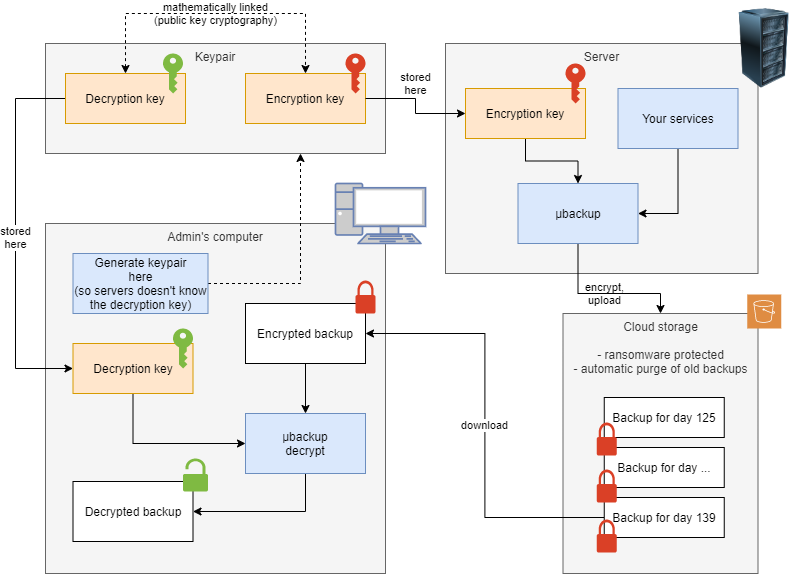
This is docs/diagram.png from function61/ubackup, a draw.io export, as it was before one commit. Source tidied: cells renumbered, new cells last; positions are measured from the earlier drawing's top-left corner, leaving out a move shared by most shapes. Its diagram source:
```xml
<mxGraphModel>
  <root>
    <mxCell id="0" />
    <mxCell id="1" parent="0" />
    <mxCell id="2" value="Keypair" style="rounded=0;whiteSpace=wrap;html=1;verticalAlign=top;fillColor=#f5f5f5;strokeColor=#666666;fontColor=#333333;" parent="1" vertex="1">
      <mxGeometry x="30" y="35" width="340" height="110" as="geometry" />
    </mxCell>
    <mxCell id="3" value="Admin's computer" style="rounded=0;whiteSpace=wrap;html=1;verticalAlign=top;fillColor=#f5f5f5;strokeColor=#666666;fontColor=#333333;" parent="1" vertex="1">
      <mxGeometry x="30" y="215" width="340" height="350" as="geometry" />
    </mxCell>
    <mxCell id="4" value="Server" style="rounded=0;whiteSpace=wrap;html=1;verticalAlign=top;fillColor=#f5f5f5;strokeColor=#666666;fontColor=#333333;" parent="1" vertex="1">
      <mxGeometry x="430" y="35" width="312.5" height="230" as="geometry" />
    </mxCell>
    <mxCell id="5" value="stored&lt;br&gt;here" style="edgeStyle=orthogonalEdgeStyle;rounded=0;jettySize=auto;html=1;exitX=0;exitY=0.5;exitDx=0;exitDy=0;entryX=0;entryY=0.5;entryDx=0;entryDy=0;labelBackgroundColor=#ffffff;startArrow=none;startFill=0;" parent="1" edge="1" source="7" target="23">
      <mxGeometry relative="1" as="geometry">
        <Array as="points">
          <mxPoint y="90" />
          <mxPoint y="360" />
        </Array>
      </mxGeometry>
    </mxCell>
    <mxCell id="6" value="mathematically linked&lt;br&gt;(public key cryptography)" style="edgeStyle=orthogonalEdgeStyle;rounded=0;jettySize=auto;html=1;exitX=0.5;exitY=0;exitDx=0;exitDy=0;entryX=0.5;entryY=0;entryDx=0;entryDy=0;labelBackgroundColor=none;startArrow=classic;startFill=1;dashed=1;" parent="1" edge="1" source="7" target="13">
      <mxGeometry relative="1" as="geometry">
        <Array as="points">
          <mxPoint x="110" y="5" />
          <mxPoint x="290" y="5" />
        </Array>
      </mxGeometry>
    </mxCell>
    <mxCell id="7" value="Decryption key" style="rounded=0;whiteSpace=wrap;html=1;fillColor=#ffe6cc;strokeColor=#d79b00;" parent="1" vertex="1">
      <mxGeometry x="50" y="65" width="120" height="50" as="geometry" />
    </mxCell>
    <mxCell id="8" value="Cloud storage&lt;br&gt;&lt;br&gt;- ransomware protected&lt;br&gt;- automatic purge of old backups" style="rounded=0;whiteSpace=wrap;html=1;verticalAlign=top;fillColor=#f5f5f5;strokeColor=#666666;fontColor=#333333;" parent="1" vertex="1">
      <mxGeometry x="547.5" y="305" width="195" height="260" as="geometry" />
    </mxCell>
    <mxCell id="9" value="Backup for day 125" style="rounded=0;whiteSpace=wrap;html=1;" parent="1" vertex="1">
      <mxGeometry x="588.8" y="389" width="120" height="40" as="geometry" />
    </mxCell>
    <mxCell id="10" value="Backup for day ..." style="rounded=0;whiteSpace=wrap;html=1;" parent="1" vertex="1">
      <mxGeometry x="588.8" y="439" width="120" height="40" as="geometry" />
    </mxCell>
    <mxCell id="11" value="download" style="edgeStyle=orthogonalEdgeStyle;rounded=0;jettySize=auto;html=1;exitX=0;exitY=0.5;exitDx=0;exitDy=0;entryX=1;entryY=0.5;entryDx=0;entryDy=0;labelBackgroundColor=#ffffff;startArrow=none;startFill=0;" parent="1" edge="1" source="12" target="26">
      <mxGeometry relative="1" as="geometry" />
    </mxCell>
    <mxCell id="12" value="Backup for day 139" style="rounded=0;whiteSpace=wrap;html=1;" parent="1" vertex="1">
      <mxGeometry x="588.8" y="489" width="120" height="40" as="geometry" />
    </mxCell>
    <mxCell id="13" value="Encryption key" style="rounded=0;whiteSpace=wrap;html=1;fillColor=#ffe6cc;strokeColor=#d79b00;" parent="1" vertex="1">
      <mxGeometry x="230" y="65" width="120" height="50" as="geometry" />
    </mxCell>
    <mxCell id="14" style="edgeStyle=orthogonalEdgeStyle;rounded=0;jettySize=auto;html=1;exitX=1;exitY=0.5;exitDx=0;exitDy=0;entryX=0.75;entryY=1;entryDx=0;entryDy=0;labelBackgroundColor=none;startArrow=none;startFill=0;dashed=1;" parent="1" edge="1" source="15" target="2">
      <mxGeometry relative="1" as="geometry" />
    </mxCell>
    <mxCell id="15" value="Generate keypair&lt;br&gt;here&lt;br&gt;(so servers doesn't know the decryption key)" style="rounded=0;whiteSpace=wrap;html=1;fillColor=#dae8fc;strokeColor=#6c8ebf;" parent="1" vertex="1">
      <mxGeometry x="57.5" y="245" width="135" height="60" as="geometry" />
    </mxCell>
    <mxCell id="16" value="encrypt,&lt;br&gt;upload" style="edgeStyle=orthogonalEdgeStyle;rounded=0;jettySize=auto;html=1;exitX=0.5;exitY=1;exitDx=0;exitDy=0;labelBackgroundColor=none;startArrow=none;startFill=0;" parent="1" edge="1" source="17" target="8">
      <mxGeometry relative="1" as="geometry">
        <Array as="points">
          <mxPoint x="563" y="285" />
          <mxPoint x="645" y="285" />
        </Array>
      </mxGeometry>
    </mxCell>
    <mxCell id="17" value="µbackup" style="rounded=0;whiteSpace=wrap;html=1;fillColor=#dae8fc;strokeColor=#6c8ebf;" parent="1" vertex="1">
      <mxGeometry x="502.5" y="175" width="120" height="60" as="geometry" />
    </mxCell>
    <mxCell id="18" style="edgeStyle=orthogonalEdgeStyle;rounded=0;jettySize=auto;html=1;exitX=0.5;exitY=1;exitDx=0;exitDy=0;entryX=1;entryY=0.5;entryDx=0;entryDy=0;labelBackgroundColor=none;startArrow=none;startFill=0;" parent="1" edge="1" source="19" target="17">
      <mxGeometry relative="1" as="geometry" />
    </mxCell>
    <mxCell id="19" value="Your services" style="rounded=0;whiteSpace=wrap;html=1;fillColor=#dae8fc;strokeColor=#6c8ebf;" parent="1" vertex="1">
      <mxGeometry x="602.5" y="80" width="120" height="60" as="geometry" />
    </mxCell>
    <mxCell id="20" style="edgeStyle=orthogonalEdgeStyle;rounded=0;jettySize=auto;html=1;exitX=0.5;exitY=1;exitDx=0;exitDy=0;labelBackgroundColor=none;startArrow=none;startFill=0;" parent="1" edge="1" source="21" target="17">
      <mxGeometry relative="1" as="geometry" />
    </mxCell>
    <mxCell id="21" value="Encryption key" style="rounded=0;whiteSpace=wrap;html=1;fillColor=#ffe6cc;strokeColor=#d79b00;" parent="1" vertex="1">
      <mxGeometry x="450" y="80" width="120" height="50" as="geometry" />
    </mxCell>
    <mxCell id="22" style="edgeStyle=orthogonalEdgeStyle;rounded=0;jettySize=auto;html=1;exitX=0.5;exitY=1;exitDx=0;exitDy=0;entryX=0;entryY=0.5;entryDx=0;entryDy=0;labelBackgroundColor=none;startArrow=none;startFill=0;" parent="1" edge="1" source="23" target="28">
      <mxGeometry relative="1" as="geometry" />
    </mxCell>
    <mxCell id="23" value="Decryption key" style="rounded=0;whiteSpace=wrap;html=1;fillColor=#ffe6cc;strokeColor=#d79b00;" parent="1" vertex="1">
      <mxGeometry x="57.5" y="335" width="120" height="50" as="geometry" />
    </mxCell>
    <mxCell id="24" value="Decrypted backup" style="rounded=0;whiteSpace=wrap;html=1;" parent="1" vertex="1">
      <mxGeometry x="57.5" y="473" width="120" height="60" as="geometry" />
    </mxCell>
    <mxCell id="25" style="edgeStyle=orthogonalEdgeStyle;rounded=0;jettySize=auto;html=1;exitX=0.5;exitY=1;exitDx=0;exitDy=0;labelBackgroundColor=none;startArrow=none;startFill=0;" parent="1" edge="1" source="26" target="28">
      <mxGeometry relative="1" as="geometry" />
    </mxCell>
    <mxCell id="26" value="Encrypted backup" style="rounded=0;whiteSpace=wrap;html=1;" parent="1" vertex="1">
      <mxGeometry x="230" y="295" width="120" height="60" as="geometry" />
    </mxCell>
    <mxCell id="27" style="edgeStyle=orthogonalEdgeStyle;rounded=0;jettySize=auto;html=1;exitX=0.5;exitY=1;exitDx=0;exitDy=0;entryX=1;entryY=0.5;entryDx=0;entryDy=0;labelBackgroundColor=none;startArrow=none;startFill=0;" parent="1" edge="1" source="28" target="24">
      <mxGeometry relative="1" as="geometry" />
    </mxCell>
    <mxCell id="28" value="µbackup&lt;br&gt;decrypt" style="rounded=0;whiteSpace=wrap;html=1;fillColor=#dae8fc;strokeColor=#6c8ebf;" parent="1" vertex="1">
      <mxGeometry x="230" y="405" width="120" height="60" as="geometry" />
    </mxCell>
    <mxCell id="29" style="shadow=0;dashed=0;html=1;strokeColor=none;labelPosition=center;verticalLabelPosition=bottom;verticalAlign=top;align=center;shape=mxgraph.office.security.lock_unprotected;fillColor=#7FBA42;" parent="1" vertex="1">
      <mxGeometry x="167.5" y="450" width="25" height="33" as="geometry" />
    </mxCell>
    <mxCell id="30" style="shadow=0;dashed=0;html=1;strokeColor=none;labelPosition=center;verticalLabelPosition=bottom;verticalAlign=top;align=center;shape=mxgraph.office.security.lock_protected;fillColor=#DA4026;" parent="1" vertex="1">
      <mxGeometry x="340" y="272" width="20" height="33" as="geometry" />
    </mxCell>
    <mxCell id="31" style="shadow=0;dashed=0;html=1;strokeColor=none;labelPosition=center;verticalLabelPosition=bottom;verticalAlign=top;align=center;shape=mxgraph.office.security.lock_protected;fillColor=#DA4026;" parent="1" vertex="1">
      <mxGeometry x="581.2" y="414" width="20" height="33" as="geometry" />
    </mxCell>
    <mxCell id="32" style="shadow=0;dashed=0;html=1;strokeColor=none;labelPosition=center;verticalLabelPosition=bottom;verticalAlign=top;align=center;shape=mxgraph.office.security.lock_protected;fillColor=#DA4026;" parent="1" vertex="1">
      <mxGeometry x="581.2" y="461" width="20" height="33" as="geometry" />
    </mxCell>
    <mxCell id="33" style="shadow=0;dashed=0;html=1;strokeColor=none;labelPosition=center;verticalLabelPosition=bottom;verticalAlign=top;align=center;shape=mxgraph.office.security.lock_protected;fillColor=#DA4026;" parent="1" vertex="1">
      <mxGeometry x="581.2" y="511" width="20" height="33" as="geometry" />
    </mxCell>
    <mxCell id="34" style="shadow=0;dashed=0;html=1;strokeColor=none;labelPosition=center;verticalLabelPosition=bottom;verticalAlign=top;align=center;shape=mxgraph.office.security.key_permissions;fillColor=#7FBA42;" parent="1" vertex="1">
      <mxGeometry x="147.5" y="45" width="20" height="40" as="geometry" />
    </mxCell>
    <mxCell id="35" style="shadow=0;dashed=0;html=1;strokeColor=none;labelPosition=center;verticalLabelPosition=bottom;verticalAlign=top;align=center;shape=mxgraph.office.security.key_permissions;fillColor=#DA4026;" parent="1" vertex="1">
      <mxGeometry x="330" y="45" width="20" height="40" as="geometry" />
    </mxCell>
    <mxCell id="36" style="shadow=0;dashed=0;html=1;strokeColor=none;labelPosition=center;verticalLabelPosition=bottom;verticalAlign=top;align=center;shape=mxgraph.office.security.key_permissions;fillColor=#DA4026;" parent="1" vertex="1">
      <mxGeometry x="550" y="55" width="20" height="40" as="geometry" />
    </mxCell>
    <mxCell id="37" style="shadow=0;dashed=0;html=1;strokeColor=none;labelPosition=center;verticalLabelPosition=bottom;verticalAlign=top;align=center;shape=mxgraph.office.security.key_permissions;fillColor=#7FBA42;" parent="1" vertex="1">
      <mxGeometry x="157.5" y="320" width="20" height="40" as="geometry" />
    </mxCell>
    <mxCell id="38" style="fontColor=#0066CC;verticalAlign=top;verticalLabelPosition=bottom;labelPosition=center;align=center;html=1;fillColor=#CCCCCC;strokeColor=#6881B3;gradientColor=none;gradientDirection=north;strokeWidth=2;shape=mxgraph.networks.pc;" parent="1" vertex="1">
      <mxGeometry x="320" y="175" width="90" height="60" as="geometry" />
    </mxCell>
    <mxCell id="39" style="image;html=1;labelBackgroundColor=#ffffff;image=img/lib/clip_art/computers/Server_Rack_128x128.png;" parent="1" vertex="1">
      <mxGeometry x="708.8" width="80" height="80" as="geometry" />
    </mxCell>
    <mxCell id="40" style="shadow=0;dashed=0;html=1;strokeColor=none;fillColor=#DF8C42;labelPosition=center;verticalLabelPosition=bottom;verticalAlign=top;align=center;shape=mxgraph.veeam2.aws_s3;" parent="1" vertex="1">
      <mxGeometry x="731.8" y="286" width="34" height="34" as="geometry" />
    </mxCell>
    <mxCell id="41" value="stored&lt;br&gt;here" style="edgeStyle=orthogonalEdgeStyle;rounded=0;jettySize=auto;html=1;exitX=1;exitY=0.5;exitDx=0;exitDy=0;labelBackgroundColor=#ffffff;startArrow=none;startFill=0;" parent="1" edge="1" source="13" target="21">
      <mxGeometry x="-0.13" y="15" relative="1" as="geometry">
        <mxPoint x="-15" y="-15" as="offset" />
      </mxGeometry>
    </mxCell>
  </root>
</mxGraphModel>
```
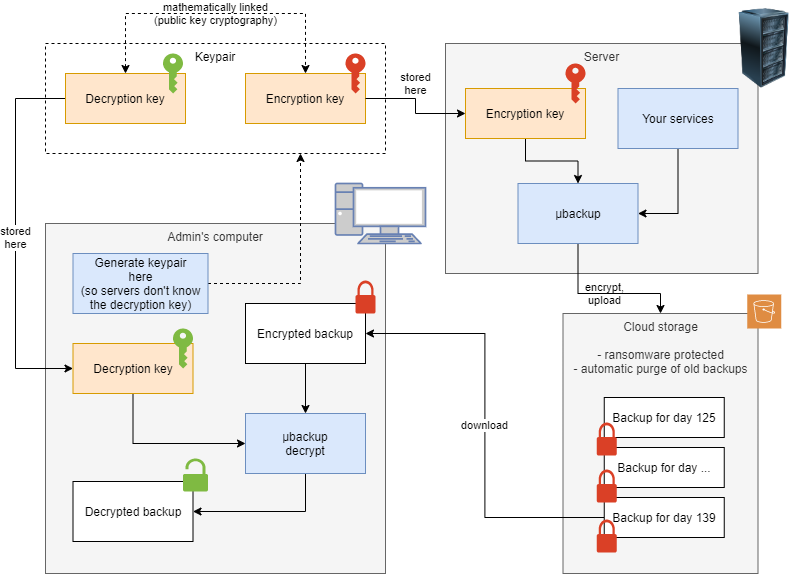
Above is the later version.

Commit message:
docs: minor touch-ups to diagram

The edit, as a diff of the source:
```diff
@@ -2,7 +2,7 @@
   <root>
     <mxCell id="0" />
     <mxCell id="1" parent="0" />
-    <mxCell id="2" value="Keypair" style="rounded=0;whiteSpace=wrap;html=1;verticalAlign=top;fillColor=#f5f5f5;strokeColor=#666666;fontColor=#333333;" parent="1" vertex="1">
+    <mxCell id="2" value="Keypair" style="rounded=0;whiteSpace=wrap;html=1;verticalAlign=top;dashed=1;" parent="1" vertex="1">
       <mxGeometry x="30" y="35" width="340" height="110" as="geometry" />
     </mxCell>
     <mxCell id="3" value="Admin's computer" style="rounded=0;whiteSpace=wrap;html=1;verticalAlign=top;fillColor=#f5f5f5;strokeColor=#666666;fontColor=#333333;" parent="1" vertex="1">
@@ -51,7 +51,7 @@
     <mxCell id="14" style="edgeStyle=orthogonalEdgeStyle;rounded=0;jettySize=auto;html=1;exitX=1;exitY=0.5;exitDx=0;exitDy=0;entryX=0.75;entryY=1;entryDx=0;entryDy=0;labelBackgroundColor=none;startArrow=none;startFill=0;dashed=1;" parent="1" edge="1" source="15" target="2">
       <mxGeometry relative="1" as="geometry" />
     </mxCell>
-    <mxCell id="15" value="Generate keypair&lt;br&gt;here&lt;br&gt;(so servers doesn't know the decryption key)" style="rounded=0;whiteSpace=wrap;html=1;fillColor=#dae8fc;strokeColor=#6c8ebf;" parent="1" vertex="1">
+    <mxCell id="15" value="Generate keypair&lt;br&gt;here&lt;br&gt;(so servers don't know the decryption key)" style="rounded=0;whiteSpace=wrap;html=1;fillColor=#dae8fc;strokeColor=#6c8ebf;" parent="1" vertex="1">
       <mxGeometry x="57.5" y="245" width="135" height="60" as="geometry" />
     </mxCell>
     <mxCell id="16" value="encrypt,&lt;br&gt;upload" style="edgeStyle=orthogonalEdgeStyle;rounded=0;jettySize=auto;html=1;exitX=0.5;exitY=1;exitDx=0;exitDy=0;labelBackgroundColor=none;startArrow=none;startFill=0;" parent="1" edge="1" source="17" target="8">
```
